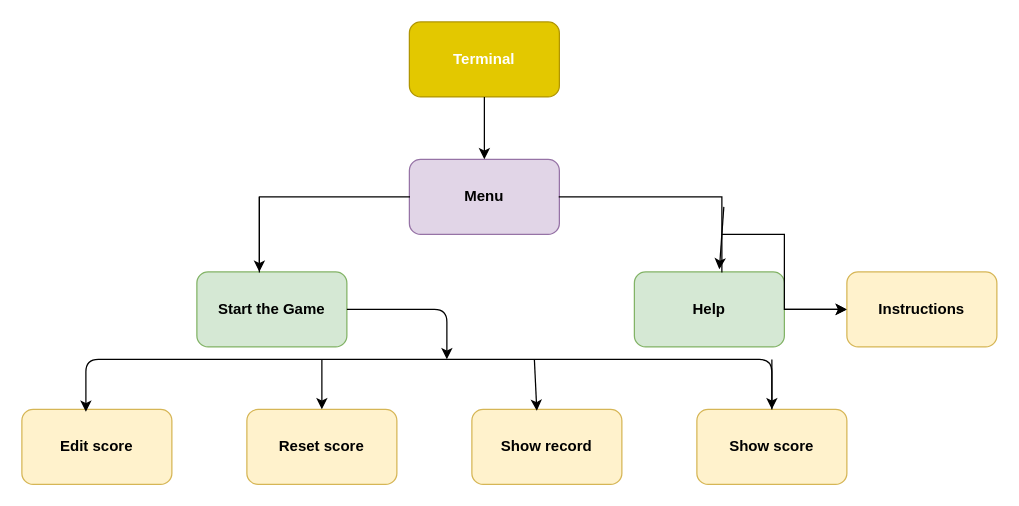
Above: 2_Design/Untitled Diagram.drawio in Saijoshitha/ltts_miniproject_c (draw.io), before the change. Source tidied: cells renumbered, new cells numbered last; positions are measured from the earlier drawing's top-left corner, leaving out a move shared by most shapes. Both pictures are drawn from the tidied source at 125%, with x=0, y=0 at pixel (21, 21).
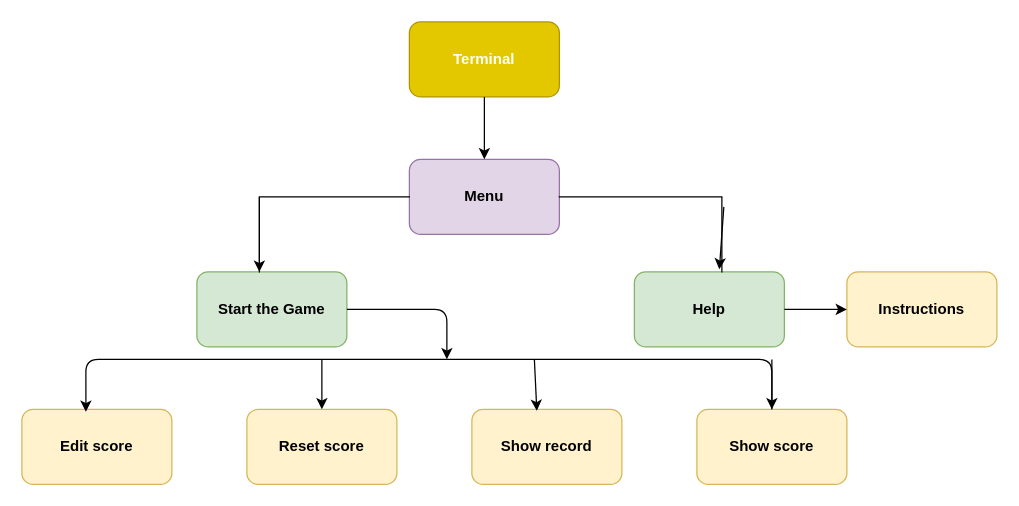
The same diagram, later.

The change refers to these unchanged cells:
```xml
<mxCell id="8" style="shape=partialRectangle;whiteSpace=wrap;html=1;bottom=0;right=0;fillColor=none;direction=south;" parent="1" vertex="1">
  <mxGeometry x="430" y="140" width="130" height="60" as="geometry" />
</mxCell>
<mxCell id="13" value="&lt;b&gt;Instructions&lt;/b&gt;" style="rounded=1;whiteSpace=wrap;html=1;fillColor=#fff2cc;strokeColor=#d6b656;" parent="1" vertex="1">
  <mxGeometry x="660" y="200" width="120" height="60" as="geometry" />
</mxCell>
```

Change to the diagram source:
```diff
@@
-    <mxCell id="7" style="edgeStyle=orthogonalEdgeStyle;rounded=0;jettySize=auto;html=1;" parent="1" edge="1" source="8" target="13">
-      <mxGeometry relative="1" as="geometry" />
-    </mxCell>
```
